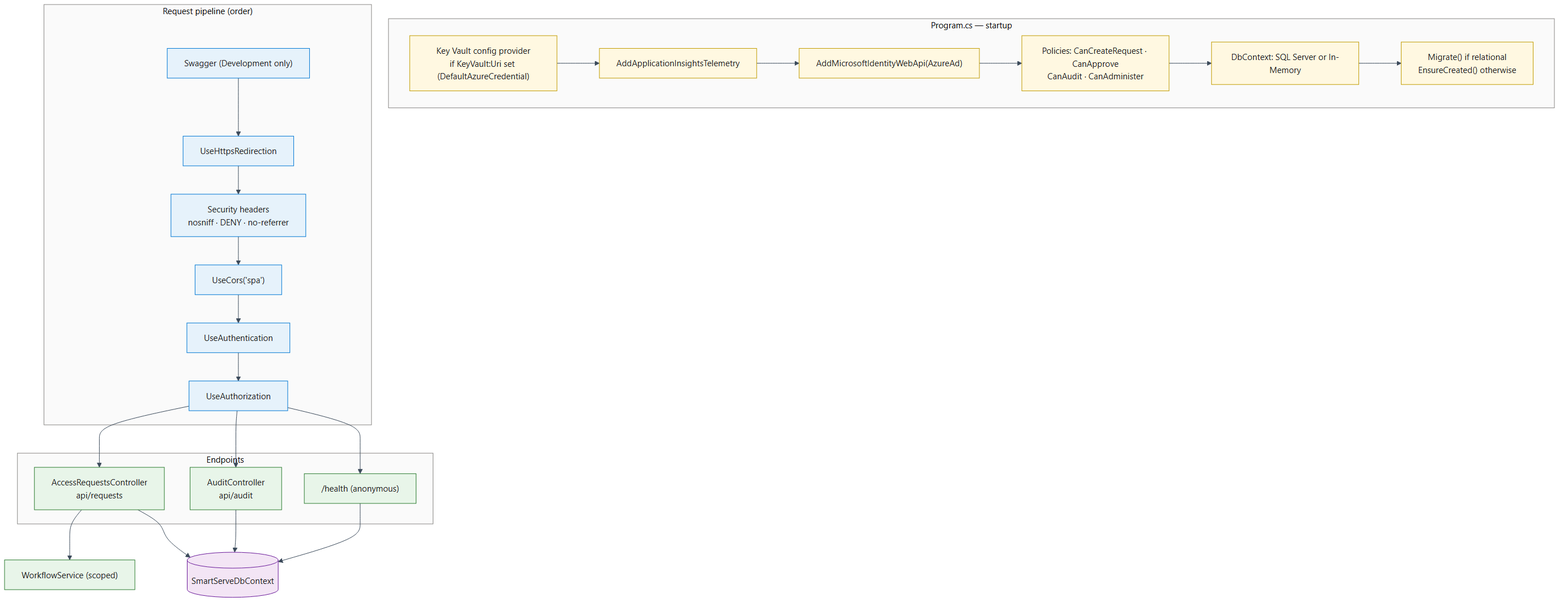
Deepankar-AICloud/AISDLC-V1 keeps this Mermaid diagram as docs/complete-solution-documentation/diagrams/rendered/13-backend-architecture.png. Above is the earlier version. Its source is kept beside it as docs/complete-solution-documentation/diagrams/mermaid/13-backend-architecture.mmd. The source it was exported from:
```mermaid
flowchart TB
  classDef mw fill:#E6F2FB,stroke:#0078D4,color:#1B1B1B
  classDef app fill:#E8F5E9,stroke:#2E7D32,color:#1B1B1B
  classDef data fill:#F3E5F5,stroke:#6A1B9A,color:#1B1B1B
  classDef cfg fill:#FFF8E1,stroke:#C19C00,color:#1B1B1B

  subgraph Startup["Program.cs — startup"]
    K["Key Vault config provider<br/>if KeyVault:Uri set (DefaultAzureCredential)"]:::cfg
    T["AddApplicationInsightsTelemetry"]:::cfg
    AN["AddMicrosoftIdentityWebApi(AzureAd)"]:::cfg
    AZ["Policies: CanCreateRequest · CanApprove<br/>CanAudit · CanAdminister"]:::cfg
    DBC["DbContext: SQL Server or In-Memory"]:::cfg
    MIG["Migrate() if relational<br/>EnsureCreated() otherwise"]:::cfg
  end
  subgraph Pipeline["Request pipeline (order)"]
    SW["Swagger (Development only)"]:::mw
    HR["UseHttpsRedirection"]:::mw
    SH["Security headers<br/>nosniff · DENY · no-referrer"]:::mw
    CO["UseCors('spa')"]:::mw
    AU["UseAuthentication"]:::mw
    AO["UseAuthorization"]:::mw
  end
  subgraph Endpoints["Endpoints"]
    C1["AccessRequestsController<br/>api/requests"]:::app
    C2["AuditController<br/>api/audit"]:::app
    H["/health (anonymous)"]:::app
  end
  WF["WorkflowService (scoped)"]:::app
  CTX[("SmartServeDbContext")]:::data

  K --> T --> AN --> AZ --> DBC --> MIG
  SW --> HR --> SH --> CO --> AU --> AO --> C1 & C2 & H
  C1 --> WF
  C1 --> CTX
  C2 --> CTX
  H --> CTX
```
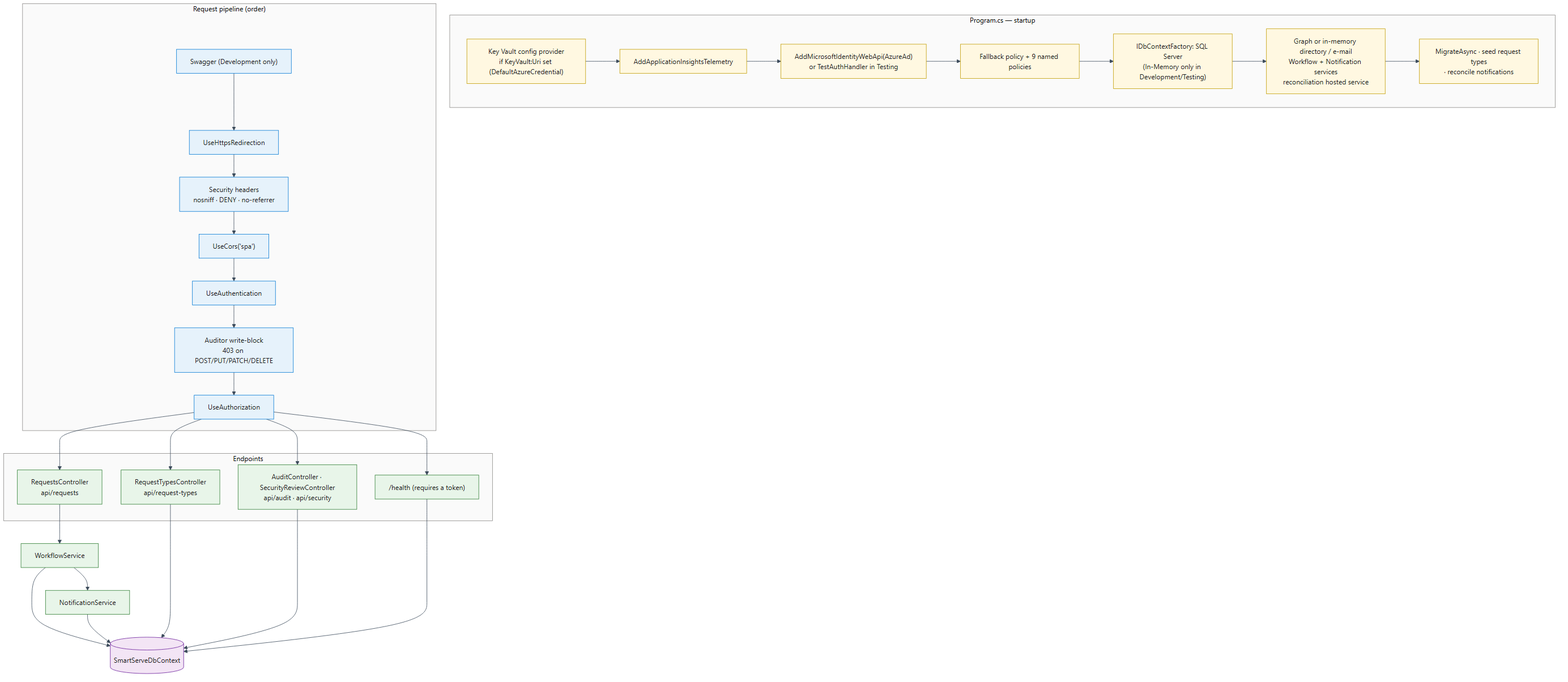
The same diagram one commit later.

The edit, as a diff of the source:
```diff
@@ -7,10 +7,11 @@
   subgraph Startup["Program.cs — startup"]
     K["Key Vault config provider<br/>if KeyVault:Uri set (DefaultAzureCredential)"]:::cfg
     T["AddApplicationInsightsTelemetry"]:::cfg
-    AN["AddMicrosoftIdentityWebApi(AzureAd)"]:::cfg
-    AZ["Policies: CanCreateRequest · CanApprove<br/>CanAudit · CanAdminister"]:::cfg
-    DBC["DbContext: SQL Server or In-Memory"]:::cfg
-    MIG["Migrate() if relational<br/>EnsureCreated() otherwise"]:::cfg
+    AN["AddMicrosoftIdentityWebApi(AzureAd)<br/>or TestAuthHandler in Testing"]:::cfg
+    AZ["Fallback policy + 9 named policies"]:::cfg
+    DBC["IDbContextFactory: SQL Server<br/>(In-Memory only in Development/Testing)"]:::cfg
+    SVC["Graph or in-memory directory / e-mail<br/>Workflow + Notification services<br/>reconciliation hosted service"]:::cfg
+    MIG["MigrateAsync · seed request types<br/>· reconcile notifications"]:::cfg
   end
   subgraph Pipeline["Request pipeline (order)"]
     SW["Swagger (Development only)"]:::mw
@@ -18,19 +19,24 @@
     SH["Security headers<br/>nosniff · DENY · no-referrer"]:::mw
     CO["UseCors('spa')"]:::mw
     AU["UseAuthentication"]:::mw
+    AW["Auditor write-block<br/>403 on POST/PUT/PATCH/DELETE"]:::mw
     AO["UseAuthorization"]:::mw
   end
   subgraph Endpoints["Endpoints"]
-    C1["AccessRequestsController<br/>api/requests"]:::app
-    C2["AuditController<br/>api/audit"]:::app
-    H["/health (anonymous)"]:::app
+    C1["RequestsController<br/>api/requests"]:::app
+    C2["RequestTypesController<br/>api/request-types"]:::app
+    C3["AuditController · SecurityReviewController<br/>api/audit · api/security"]:::app
+    H["/health (requires a token)"]:::app
   end
-  WF["WorkflowService (scoped)"]:::app
+  WF["WorkflowService"]:::app
+  NS["NotificationService"]:::app
   CTX[("SmartServeDbContext")]:::data
 
-  K --> T --> AN --> AZ --> DBC --> MIG
-  SW --> HR --> SH --> CO --> AU --> AO --> C1 & C2 & H
-  C1 --> WF
-  C1 --> CTX
+  K --> T --> AN --> AZ --> DBC --> SVC --> MIG
+  SW --> HR --> SH --> CO --> AU --> AW --> AO --> C1 & C2 & C3 & H
+  C1 --> WF --> NS
+  WF --> CTX
+  NS --> CTX
   C2 --> CTX
+  C3 --> CTX
   H --> CTX
```
